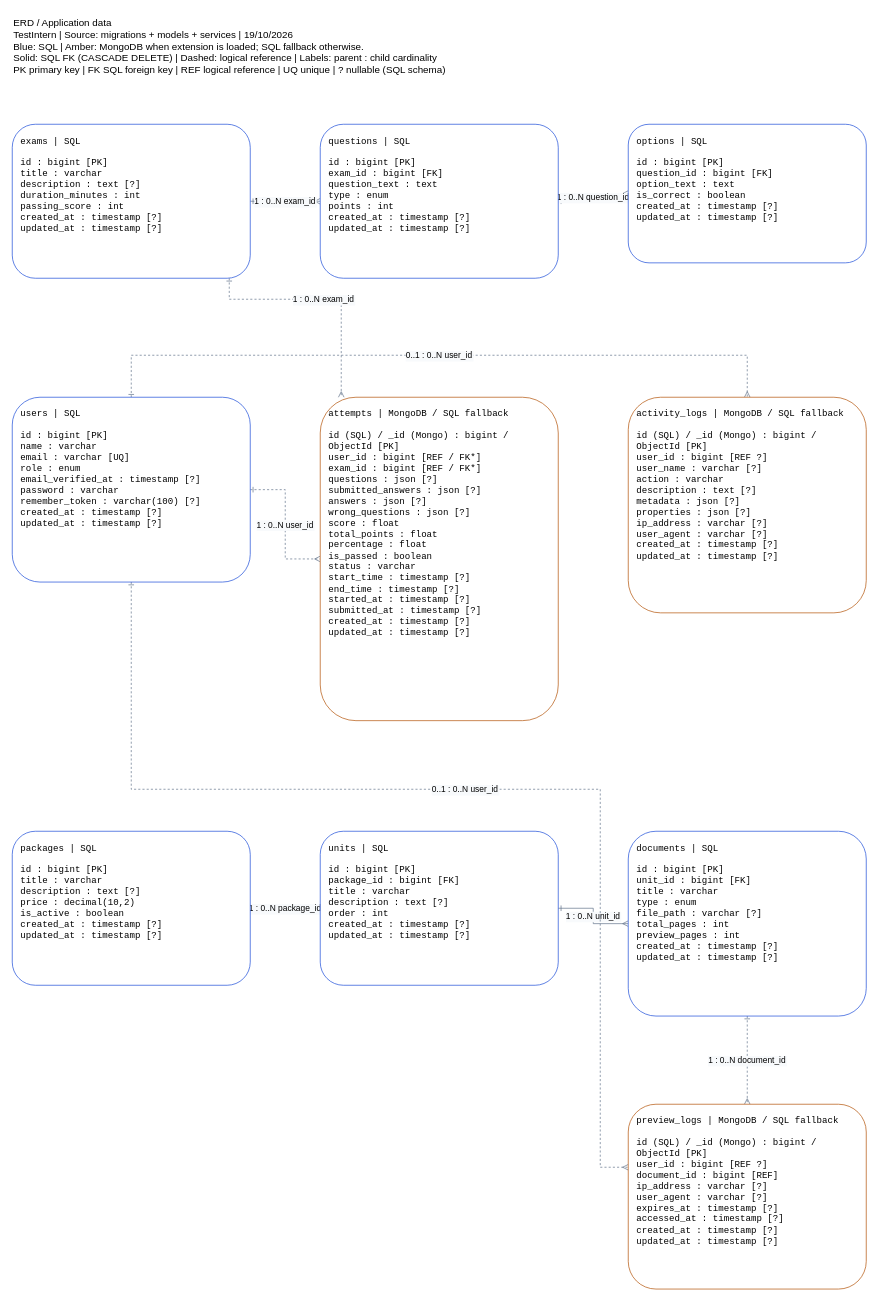
This is page "ERD / Application data" (1 of 2) of docs/database/testintern-erd.drawio from 0xcRachel/Intern_Test, a draw.io file, before an edit. Source tidied: cells renumbered, new cells numbered last; positions are measured from the earlier drawing's top-left corner, leaving out a move shared by most shapes. Both pictures are drawn from the tidied source at 70%, with x=0, y=0 at pixel (12, 12).
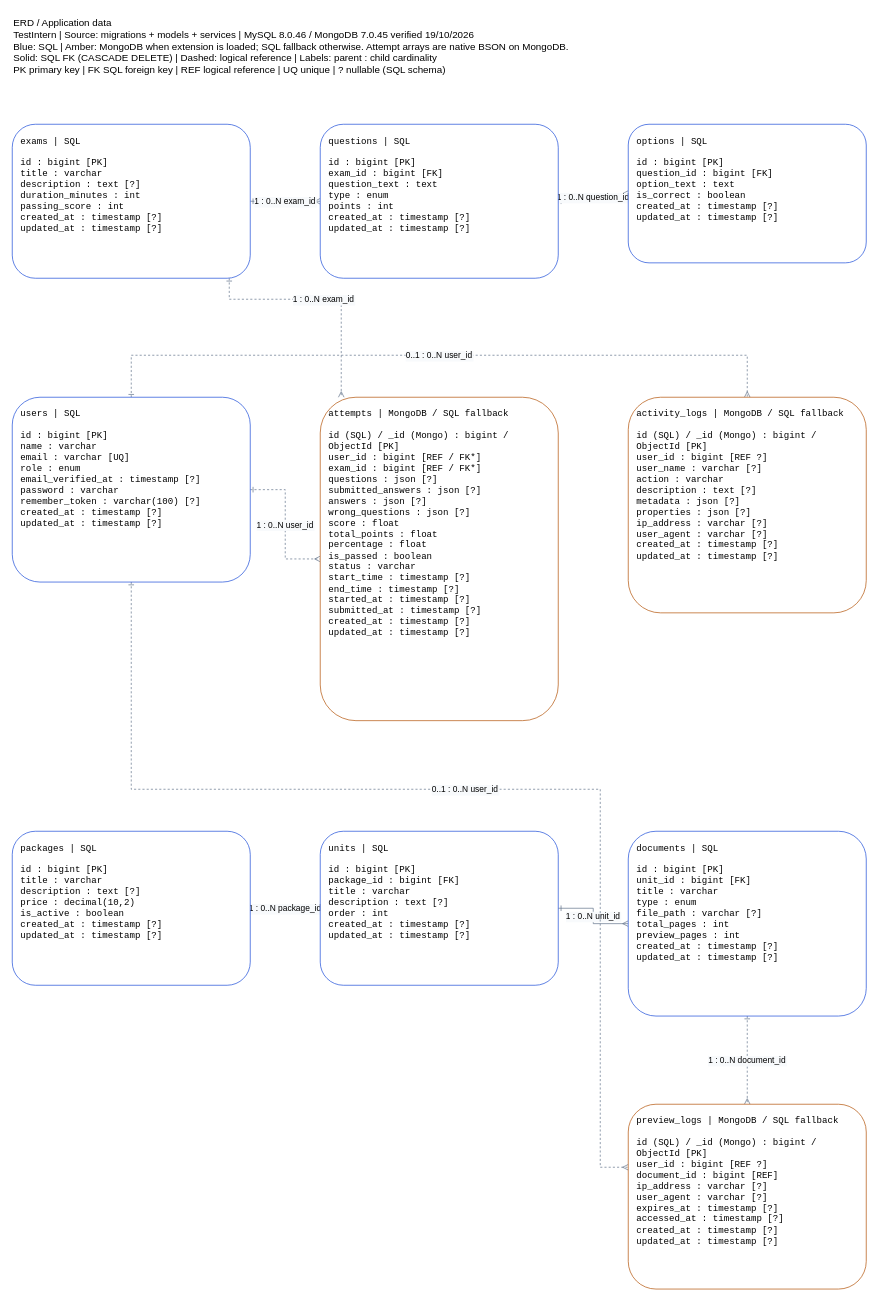
The same diagram, later.

Change to the diagram source:
```diff
@@
-    <mxCell id="2" value="ERD / Application data&#10;TestIntern | Source: migrations + models + services | 19/10/2026&#10;Blue: SQL | Amber: MongoDB when extension is loaded; SQL fallback otherwise.&#10;Solid: SQL FK (CASCADE DELETE) | Dashed: logical reference | Labels: parent : child cardinality&#10;PK primary key | FK SQL foreign key | REF logical reference | UQ unique | ? nullable (SQL schema)" style="text;whiteSpace=wrap;html=0;align=left;verticalAlign=top;fontSize=14;" parent="1" vertex="1">
+    <mxCell id="2" value="ERD / Application data&#10;TestIntern | Source: migrations + models + services | MySQL 8.0.46 / MongoDB 7.0.45 verified 19/10/2026&#10;Blue: SQL | Amber: MongoDB when extension is loaded; SQL fallback otherwise. Attempt arrays are native BSON on MongoDB.&#10;Solid: SQL FK (CASCADE DELETE) | Dashed: logical reference | Labels: parent : child cardinality&#10;PK primary key | FK SQL foreign key | REF logical reference | UQ unique | ? nullable (SQL schema)" style="text;whiteSpace=wrap;html=0;align=left;verticalAlign=top;fontSize=14;" parent="1" vertex="1">
       <mxGeometry width="1240" height="140" as="geometry" />
     </mxCell>
```
